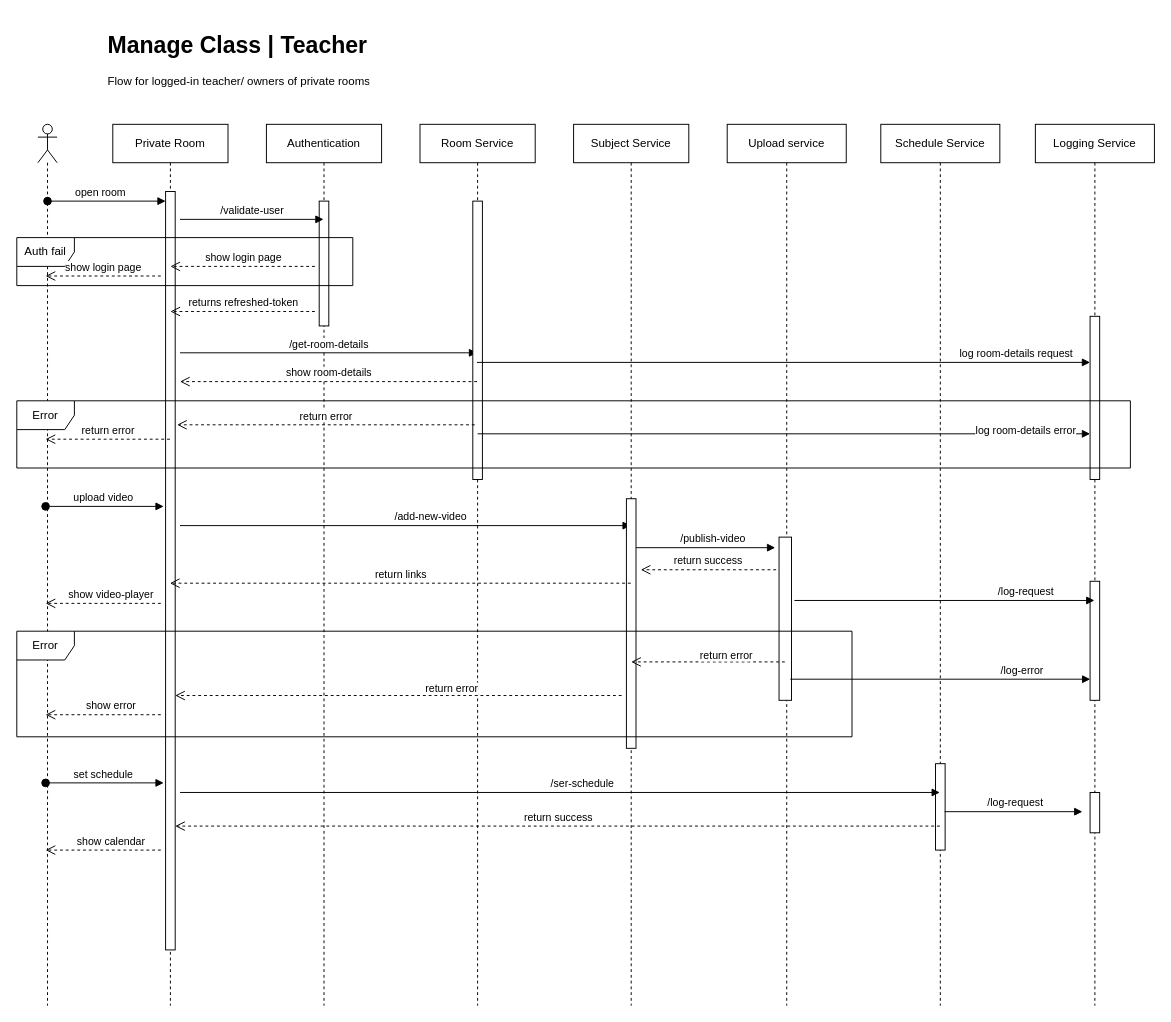
akshayvijaynair/music-academy-docs keeps this draw.io diagram as page "Manage Class | Teacher" (6 of 7) of docs/assets/Sequence Diagram.drawio. Above is the earlier version. Source tidied: cells renumbered, new cells numbered last; positions are measured from the earlier drawing's top-left corner, leaving out a move shared by most shapes. Both pictures are drawn from the tidied source at 96%, with x=0, y=0 at pixel (16, 26).
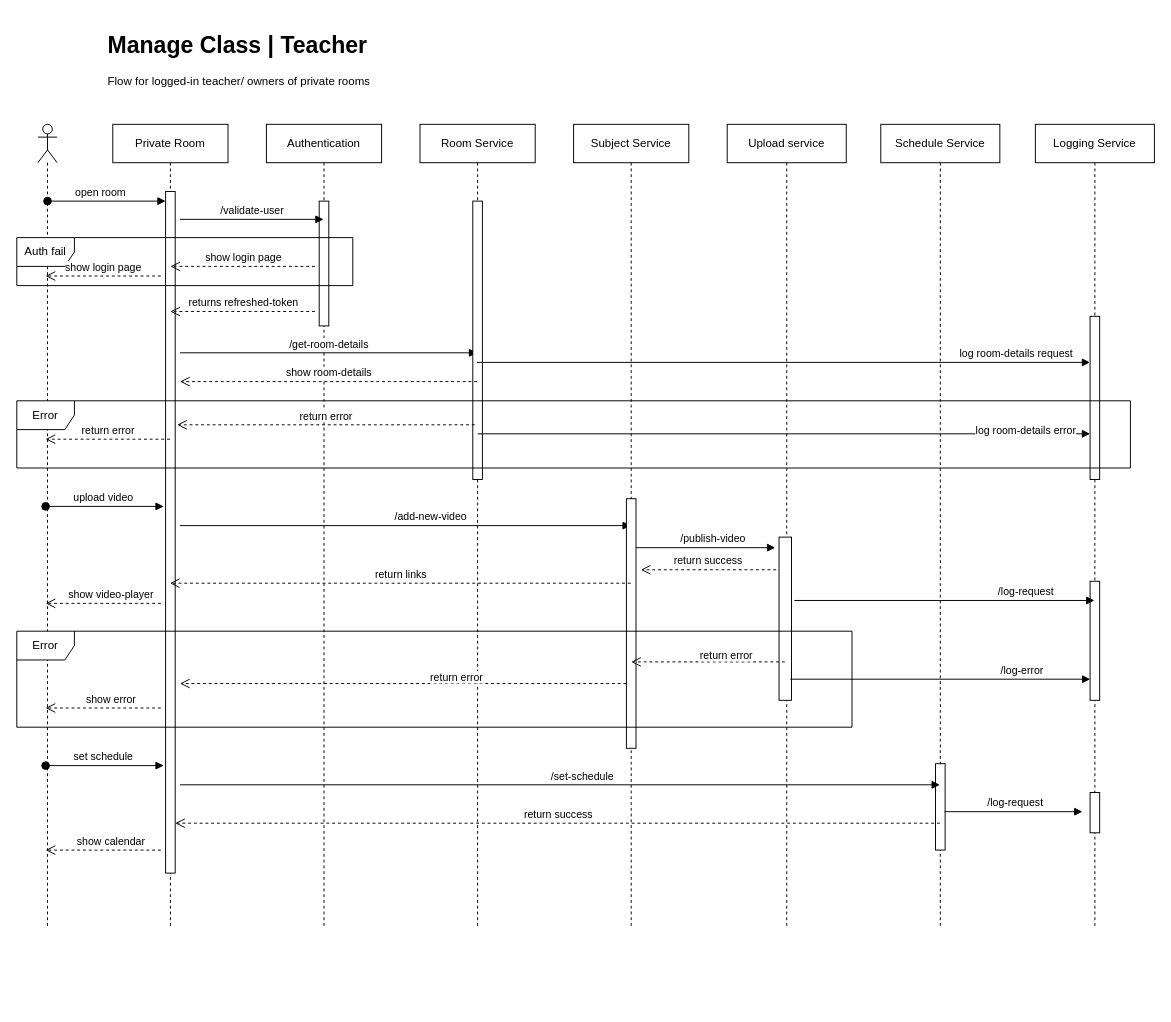
Above is the later version.

Change to the diagram source:
```diff
@@
     <mxCell id="2" value="Private Room" style="shape=umlLifeline;perimeter=lifelinePerimeter;whiteSpace=wrap;html=1;outlineConnect=0;portConstraint=eastwest;newEdgeStyle={&quot;edgeStyle&quot;:&quot;elbowEdgeStyle&quot;,&quot;elbow&quot;:&quot;vertical&quot;,&quot;curved&quot;:0,&quot;rounded&quot;:0};" parent="1" vertex="1">
-      <mxGeometry x="100" y="102" width="120" height="918" as="geometry" />
+      <mxGeometry x="100" y="102" width="120" height="838" as="geometry" />
     </mxCell>
     <mxCell id="3" style="html=1;points=[];perimeter=orthogonalPerimeter;outlineConnect=0;targetShapes=umlLifeline;portConstraint=eastwest;newEdgeStyle={&quot;edgeStyle&quot;:&quot;elbowEdgeStyle&quot;,&quot;elbow&quot;:&quot;vertical&quot;,&quot;curved&quot;:0,&quot;rounded&quot;:0};" parent="2" vertex="1">
-      <mxGeometry x="55" y="70" width="10" height="790" as="geometry" />
+      <mxGeometry x="55" y="70" width="10" height="710" as="geometry" />
     </mxCell>
     <mxCell id="4" value="Authentication" style="shape=umlLifeline;perimeter=lifelinePerimeter;whiteSpace=wrap;html=1;newEdgeStyle={&quot;edgeStyle&quot;:&quot;elbowEdgeStyle&quot;,&quot;elbow&quot;:&quot;vertical&quot;,&quot;curved&quot;:0,&quot;rounded&quot;:0};" parent="1" vertex="1">
-      <mxGeometry x="260" y="102" width="120" height="918" as="geometry" />
+      <mxGeometry x="260" y="102" width="120" height="838" as="geometry" />
     </mxCell>
@@
     <mxCell id="6" style="shape=umlLifeline;perimeter=lifelinePerimeter;whiteSpace=wrap;html=1;newEdgeStyle={&quot;curved&quot;:0,&quot;rounded&quot;:0};participant=umlActor;" parent="1" vertex="1">
-      <mxGeometry x="22" y="102" width="20" height="918" as="geometry" />
+      <mxGeometry x="22" y="102" width="20" height="838" as="geometry" />
     </mxCell>
@@
     <mxCell id="9" value="Logging Service" style="shape=umlLifeline;perimeter=lifelinePerimeter;whiteSpace=wrap;html=1;newEdgeStyle={&quot;edgeStyle&quot;:&quot;elbowEdgeStyle&quot;,&quot;elbow&quot;:&quot;vertical&quot;,&quot;curved&quot;:0,&quot;rounded&quot;:0};" parent="1" vertex="1">
-      <mxGeometry x="1061" y="102" width="124" height="918" as="geometry" />
+      <mxGeometry x="1061" y="102" width="124" height="838" as="geometry" />
     </mxCell>
@@
     <mxCell id="19" value="Room Service" style="shape=umlLifeline;perimeter=lifelinePerimeter;whiteSpace=wrap;html=1;outlineConnect=0;portConstraint=eastwest;newEdgeStyle={&quot;edgeStyle&quot;:&quot;elbowEdgeStyle&quot;,&quot;elbow&quot;:&quot;vertical&quot;,&quot;curved&quot;:0,&quot;rounded&quot;:0};" parent="1" vertex="1">
-      <mxGeometry x="420" y="102" width="120" height="918" as="geometry" />
+      <mxGeometry x="420" y="102" width="120" height="838" as="geometry" />
     </mxCell>
@@
     <mxCell id="25" value="Subject Service" style="shape=umlLifeline;perimeter=lifelinePerimeter;whiteSpace=wrap;html=1;outlineConnect=0;portConstraint=eastwest;newEdgeStyle={&quot;edgeStyle&quot;:&quot;elbowEdgeStyle&quot;,&quot;elbow&quot;:&quot;vertical&quot;,&quot;curved&quot;:0,&quot;rounded&quot;:0};" parent="1" vertex="1">
-      <mxGeometry x="580" y="102" width="120" height="918" as="geometry" />
+      <mxGeometry x="580" y="102" width="120" height="838" as="geometry" />
     </mxCell>
@@
     <mxCell id="30" value="Upload service" style="shape=umlLifeline;perimeter=lifelinePerimeter;whiteSpace=wrap;html=1;newEdgeStyle={&quot;edgeStyle&quot;:&quot;elbowEdgeStyle&quot;,&quot;elbow&quot;:&quot;vertical&quot;,&quot;curved&quot;:0,&quot;rounded&quot;:0};" parent="1" vertex="1">
-      <mxGeometry x="740" y="102" width="124" height="918" as="geometry" />
+      <mxGeometry x="740" y="102" width="124" height="838" as="geometry" />
     </mxCell>
@@
     <mxCell id="34" value="Error" style="shape=umlFrame;whiteSpace=wrap;html=1;" parent="1" vertex="1">
-      <mxGeometry y="630" width="870" height="110" as="geometry" />
+      <mxGeometry y="630" width="870" height="100" as="geometry" />
     </mxCell>
@@
     <mxCell id="37" value="set schedule" style="html=1;verticalAlign=bottom;startArrow=oval;startFill=1;endArrow=block;startSize=8;curved=0;rounded=0;" parent="1" edge="1">
       <mxGeometry x="-0.02" relative="1" as="geometry">
-        <mxPoint x="30" y="788" as="sourcePoint" />
-        <mxPoint x="153" y="788" as="targetPoint" />
+        <mxPoint x="30" y="770" as="sourcePoint" />
+        <mxPoint x="153" y="770" as="targetPoint" />
       </mxGeometry>
     </mxCell>
@@
     <mxCell id="42" value="Schedule Service" style="shape=umlLifeline;perimeter=lifelinePerimeter;whiteSpace=wrap;html=1;newEdgeStyle={&quot;edgeStyle&quot;:&quot;elbowEdgeStyle&quot;,&quot;elbow&quot;:&quot;vertical&quot;,&quot;curved&quot;:0,&quot;rounded&quot;:0};" parent="1" vertex="1">
-      <mxGeometry x="900" y="102" width="124" height="918" as="geometry" />
+      <mxGeometry x="900" y="102" width="124" height="838" as="geometry" />
     </mxCell>
@@
-    <mxCell id="44" value="/ser-schedule" style="html=1;verticalAlign=bottom;endArrow=block;curved=0;rounded=0;" parent="1" edge="1">
+    <mxCell id="44" value="/set-schedule" style="html=1;verticalAlign=bottom;endArrow=block;curved=0;rounded=0;" parent="1" edge="1">
       <mxGeometry x="0.06" relative="1" as="geometry">
-        <mxPoint x="170" y="798" as="sourcePoint" />
-        <mxPoint x="961.5" y="798" as="targetPoint" />
+        <mxPoint x="170" y="790" as="sourcePoint" />
+        <mxPoint x="961.5" y="790" as="targetPoint" />
       </mxGeometry>
     </mxCell>
     <mxCell id="45" value="return success" style="html=1;verticalAlign=bottom;endArrow=open;dashed=1;endSize=8;curved=0;rounded=0;" parent="1" edge="1">
       <mxGeometry relative="1" as="geometry">
-        <mxPoint x="961.5" y="833" as="sourcePoint" />
-        <mxPoint x="165" y="833" as="targetPoint" />
+        <mxPoint x="961.5" y="830" as="sourcePoint" />
+        <mxPoint x="165" y="830" as="targetPoint" />
       </mxGeometry>
     </mxCell>
@@
     <mxCell id="48" value="return error" style="html=1;verticalAlign=bottom;endArrow=open;dashed=1;endSize=8;curved=0;rounded=0;" parent="1" edge="1">
       <mxGeometry x="-0.24" y="2" relative="1" as="geometry">
-        <mxPoint x="630" y="697" as="sourcePoint" />
-        <mxPoint x="165" y="697" as="targetPoint" />
+        <mxPoint x="635" y="684.5" as="sourcePoint" />
+        <mxPoint x="170" y="684.5" as="targetPoint" />
       </mxGeometry>
     </mxCell>
     <mxCell id="49" value="show error" style="html=1;verticalAlign=bottom;endArrow=open;dashed=1;endSize=8;curved=0;rounded=0;" parent="1" edge="1">
       <mxGeometry x="-0.14" relative="1" as="geometry">
-        <mxPoint x="150" y="717" as="sourcePoint" />
-        <mxPoint x="30" y="717" as="targetPoint" />
+        <mxPoint x="150" y="710" as="sourcePoint" />
+        <mxPoint x="30" y="710" as="targetPoint" />
       </mxGeometry>
     </mxCell>
```
